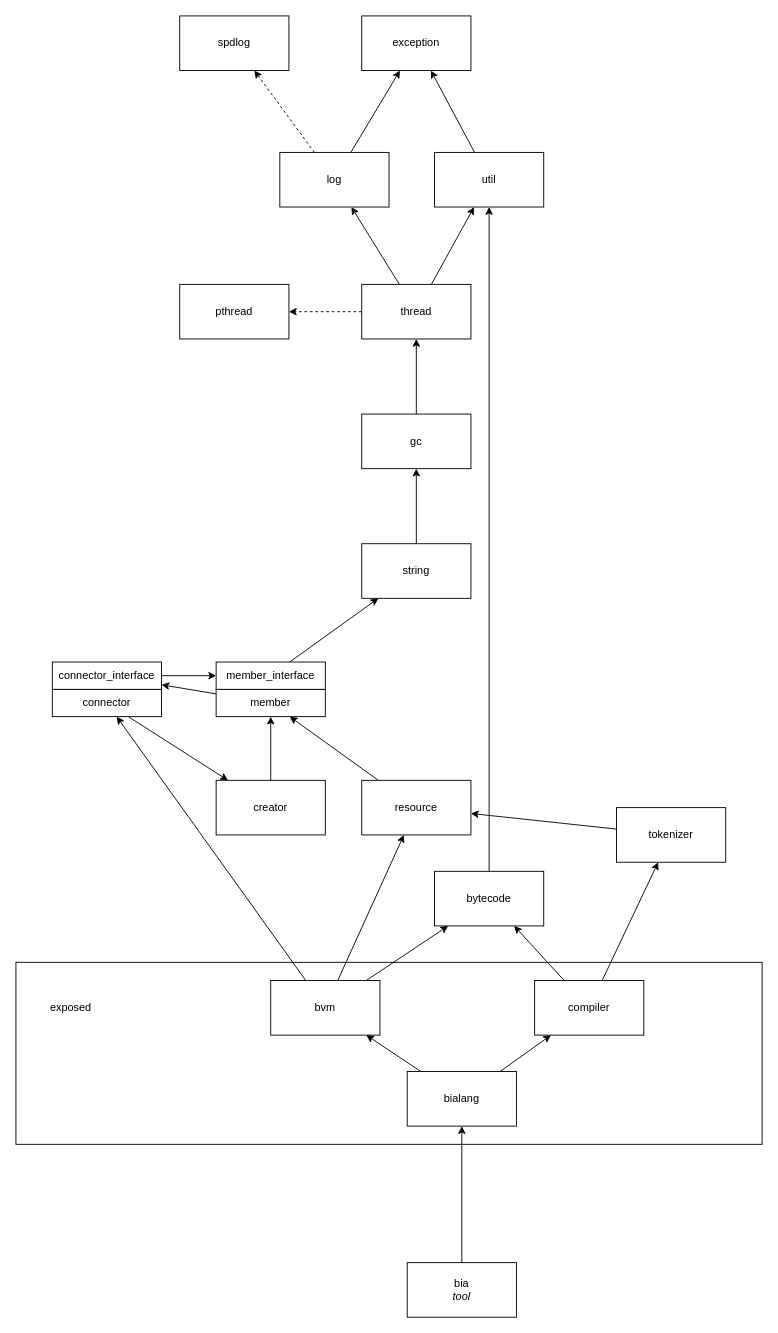
bialang/bia keeps this draw.io diagram as page "Dependencies" (3 of 4) of Components.drawio. Above is the earlier version. Source tidied: cells renumbered, new cells numbered last; positions are measured from the earlier drawing's top-left corner, leaving out a move shared by most shapes. Both pictures are drawn from the tidied source at 91%, with x=0, y=0 at pixel (15, 15).
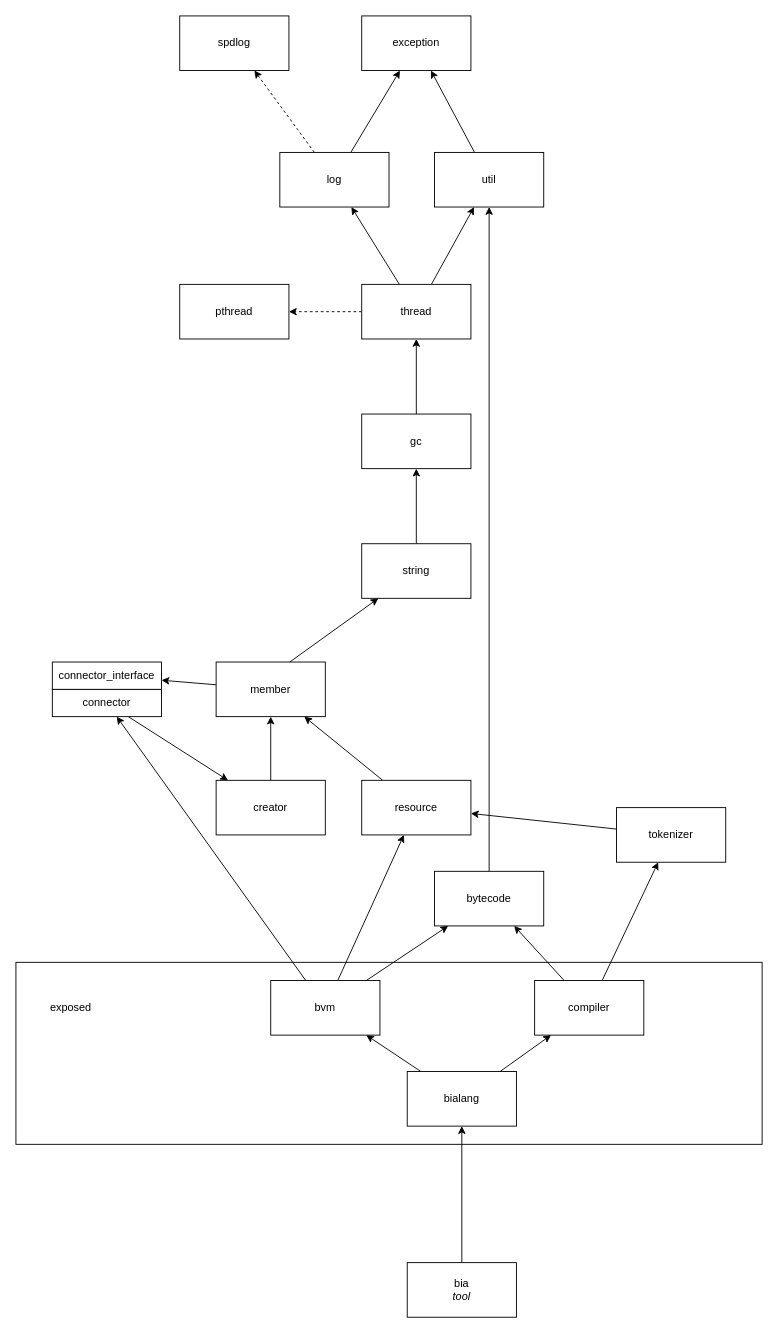
Above is the later version.

Commit message (it also covers changes not shown here):
Remove member interface

Unchanged cells that the change refers to:
```xml
<mxCell id="11" value="string" style="rounded=0;whiteSpace=wrap;html=1;" parent="1" vertex="1">
  <mxGeometry x="380" y="580" width="120" height="60" as="geometry" />
</mxCell>
<mxCell id="27" style="group;" parent="1" vertex="1">
  <mxGeometry x="220" y="710" width="120" height="60" as="geometry" />
</mxCell>
<mxCell id="34" value="connector_interface" style="rounded=0;whiteSpace=wrap;html=1;" parent="1" vertex="1">
  <mxGeometry x="40" y="710" width="120" height="30" as="geometry" />
</mxCell>
```

Diff of the diagram source:
```diff
@@
     <mxCell id="28" value="member" style="rounded=0;whiteSpace=wrap;html=1;" parent="27" vertex="1">
-      <mxGeometry y="30" width="120" height="30" as="geometry" />
+      <mxGeometry width="120" height="60" as="geometry" />
     </mxCell>
-    <mxCell id="29" value="member_interface" style="rounded=0;whiteSpace=wrap;html=1;" parent="27" vertex="1">
-      <mxGeometry width="120" height="30" as="geometry" />
-    </mxCell>
-    <mxCell id="30" style="rounded=0;jettySize=auto;html=1;" parent="1" edge="1" source="29" target="11">
-      <mxGeometry relative="1" as="geometry" />
+    <mxCell id="30" style="rounded=0;jettySize=auto;html=1;" parent="1" edge="1" target="11">
+      <mxGeometry relative="1" as="geometry">
+        <mxPoint x="300.9" y="710" as="sourcePoint" />
+      </mxGeometry>
     </mxCell>
@@
-    <mxCell id="33" style="edgeStyle=none;rounded=0;jettySize=auto;html=1;" parent="1" edge="1" source="34" target="29">
-      <mxGeometry relative="1" as="geometry" />
-    </mxCell>
```
